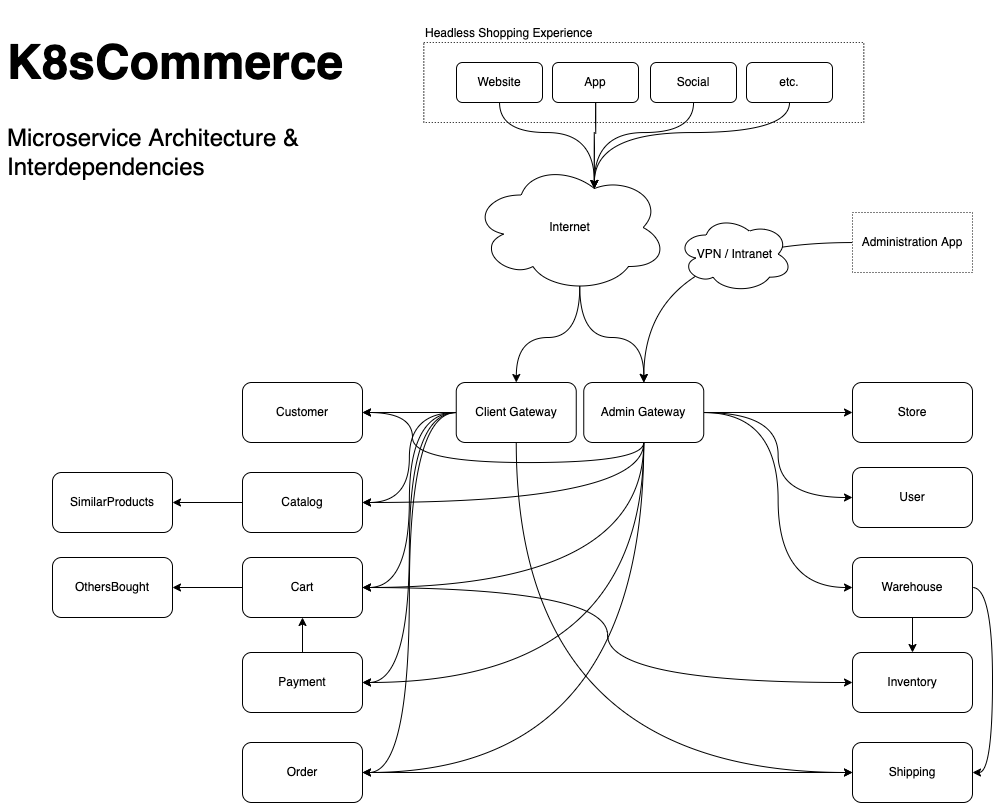
k8scommerce/k8scommerce keeps this draw.io diagram as docs/K8sCommerceOverview.png. Above is the earlier version. Source tidied: cells renumbered, new cells last; positions are measured from the earlier drawing's top-left corner, leaving out a move shared by most shapes. Source of this version:
```xml
<mxGraphModel>
  <root>
    <mxCell id="0" />
    <mxCell id="1" parent="0" />
    <mxCell id="2" value="&lt;span style=&quot;&quot;&gt;Headless Shopping Experience&lt;/span&gt;" style="whiteSpace=wrap;html=1;rounded=0;dashed=1;dashPattern=1 2;fontSize=12;fillColor=none;align=left;labelPosition=center;verticalLabelPosition=top;verticalAlign=bottom;textDirection=ltr;horizontal=1;" parent="1" vertex="1">
      <mxGeometry x="421.2" y="30" width="440" height="80" as="geometry" />
    </mxCell>
    <mxCell id="3" style="edgeStyle=orthogonalEdgeStyle;rounded=1;jettySize=auto;html=1;curved=1;" parent="1" edge="1" source="9" target="24">
      <mxGeometry relative="1" as="geometry" />
    </mxCell>
    <mxCell id="4" style="edgeStyle=orthogonalEdgeStyle;rounded=1;jettySize=auto;html=1;entryX=1;entryY=0.5;entryDx=0;entryDy=0;curved=1;" parent="1" edge="1" source="9" target="23">
      <mxGeometry relative="1" as="geometry" />
    </mxCell>
    <mxCell id="5" style="edgeStyle=orthogonalEdgeStyle;rounded=1;jettySize=auto;html=1;entryX=1;entryY=0.5;entryDx=0;entryDy=0;curved=1;" parent="1" edge="1" source="9" target="38">
      <mxGeometry relative="1" as="geometry" />
    </mxCell>
    <mxCell id="6" style="edgeStyle=orthogonalEdgeStyle;rounded=1;jettySize=auto;html=1;entryX=1;entryY=0.5;entryDx=0;entryDy=0;curved=1;" parent="1" edge="1" source="9" target="28">
      <mxGeometry relative="1" as="geometry" />
    </mxCell>
    <mxCell id="7" style="edgeStyle=orthogonalEdgeStyle;rounded=1;jettySize=auto;html=1;entryX=1;entryY=0.5;entryDx=0;entryDy=0;curved=1;" parent="1" edge="1" source="9" target="40">
      <mxGeometry relative="1" as="geometry" />
    </mxCell>
    <mxCell id="8" style="edgeStyle=orthogonalEdgeStyle;rounded=1;jettySize=auto;html=1;entryX=0;entryY=0.5;entryDx=0;entryDy=0;exitX=0.5;exitY=1;exitDx=0;exitDy=0;curved=1;" parent="1" edge="1" source="9" target="29">
      <mxGeometry relative="1" as="geometry" />
    </mxCell>
    <mxCell id="9" value="Client Gateway" style="rounded=1;whiteSpace=wrap;html=1;" parent="1" vertex="1">
      <mxGeometry x="453.8" y="370" width="120" height="60" as="geometry" />
    </mxCell>
    <mxCell id="10" style="edgeStyle=orthogonalEdgeStyle;jettySize=auto;html=1;rounded=1;curved=1;exitX=0.55;exitY=0.95;exitDx=0;exitDy=0;exitPerimeter=0;" parent="1" edge="1" source="12" target="9">
      <mxGeometry relative="1" as="geometry" />
    </mxCell>
    <mxCell id="11" style="edgeStyle=orthogonalEdgeStyle;jettySize=auto;html=1;rounded=1;curved=1;exitX=0.55;exitY=0.95;exitDx=0;exitDy=0;exitPerimeter=0;" parent="1" edge="1" source="12" target="21">
      <mxGeometry relative="1" as="geometry" />
    </mxCell>
    <mxCell id="12" value="Internet" style="ellipse;shape=cloud;whiteSpace=wrap;html=1;rounded=1;" parent="1" vertex="1">
      <mxGeometry x="470" y="150" width="195" height="130" as="geometry" />
    </mxCell>
    <mxCell id="13" style="edgeStyle=orthogonalEdgeStyle;rounded=1;jettySize=auto;html=1;curved=1;" parent="1" edge="1" source="21" target="31">
      <mxGeometry relative="1" as="geometry" />
    </mxCell>
    <mxCell id="14" style="edgeStyle=orthogonalEdgeStyle;rounded=1;jettySize=auto;html=1;entryX=0;entryY=0.5;entryDx=0;entryDy=0;curved=1;" parent="1" edge="1" source="21" target="32">
      <mxGeometry relative="1" as="geometry" />
    </mxCell>
    <mxCell id="15" style="edgeStyle=orthogonalEdgeStyle;rounded=1;jettySize=auto;html=1;entryX=0;entryY=0.5;entryDx=0;entryDy=0;curved=1;" parent="1" edge="1" source="21" target="35">
      <mxGeometry relative="1" as="geometry" />
    </mxCell>
    <mxCell id="16" style="edgeStyle=orthogonalEdgeStyle;curved=1;rounded=1;jettySize=auto;html=1;entryX=1;entryY=0.5;entryDx=0;entryDy=0;exitX=0.5;exitY=1;exitDx=0;exitDy=0;" parent="1" edge="1" source="21" target="40">
      <mxGeometry relative="1" as="geometry" />
    </mxCell>
    <mxCell id="17" style="edgeStyle=orthogonalEdgeStyle;curved=1;rounded=1;jettySize=auto;html=1;entryX=1;entryY=0.5;entryDx=0;entryDy=0;fontSize=12;exitX=0.5;exitY=1;exitDx=0;exitDy=0;" parent="1" edge="1" source="21" target="38">
      <mxGeometry relative="1" as="geometry" />
    </mxCell>
    <mxCell id="18" style="edgeStyle=orthogonalEdgeStyle;curved=1;rounded=1;jettySize=auto;html=1;entryX=1;entryY=0.5;entryDx=0;entryDy=0;fontSize=12;exitX=0.5;exitY=1;exitDx=0;exitDy=0;" parent="1" edge="1" source="21" target="23">
      <mxGeometry relative="1" as="geometry" />
    </mxCell>
    <mxCell id="19" style="edgeStyle=orthogonalEdgeStyle;curved=1;rounded=1;jettySize=auto;html=1;entryX=1;entryY=0.5;entryDx=0;entryDy=0;fontSize=12;exitX=0.5;exitY=1;exitDx=0;exitDy=0;" parent="1" edge="1" source="21" target="24">
      <mxGeometry relative="1" as="geometry">
        <Array as="points">
          <mxPoint x="641" y="450" />
          <mxPoint x="410" y="450" />
          <mxPoint x="410" y="400" />
        </Array>
      </mxGeometry>
    </mxCell>
    <mxCell id="20" style="edgeStyle=orthogonalEdgeStyle;curved=1;rounded=1;jettySize=auto;html=1;exitX=0.5;exitY=1;exitDx=0;exitDy=0;fontSize=12;entryX=1;entryY=0.5;entryDx=0;entryDy=0;" parent="1" edge="1" source="21" target="28">
      <mxGeometry relative="1" as="geometry" />
    </mxCell>
    <mxCell id="21" value="Admin Gateway" style="rounded=1;whiteSpace=wrap;html=1;" parent="1" vertex="1">
      <mxGeometry x="581.2" y="370" width="120" height="60" as="geometry" />
    </mxCell>
    <mxCell id="22" style="edgeStyle=orthogonalEdgeStyle;rounded=1;jettySize=auto;html=1;curved=1;" parent="1" edge="1" source="23" target="30">
      <mxGeometry relative="1" as="geometry" />
    </mxCell>
    <mxCell id="23" value="Catalog" style="rounded=1;whiteSpace=wrap;html=1;" parent="1" vertex="1">
      <mxGeometry x="240" y="460" width="120" height="60" as="geometry" />
    </mxCell>
    <mxCell id="24" value="Customer" style="rounded=1;whiteSpace=wrap;html=1;" parent="1" vertex="1">
      <mxGeometry x="240" y="370" width="120" height="60" as="geometry" />
    </mxCell>
    <mxCell id="25" value="Inventory" style="rounded=1;whiteSpace=wrap;html=1;" parent="1" vertex="1">
      <mxGeometry x="850" y="640" width="120" height="60" as="geometry" />
    </mxCell>
    <mxCell id="26" value="OthersBought" style="rounded=1;whiteSpace=wrap;html=1;" parent="1" vertex="1">
      <mxGeometry x="50" y="545" width="120" height="60" as="geometry" />
    </mxCell>
    <mxCell id="27" style="edgeStyle=orthogonalEdgeStyle;rounded=1;jettySize=auto;html=1;curved=1;" parent="1" edge="1" source="28" target="38">
      <mxGeometry relative="1" as="geometry" />
    </mxCell>
    <mxCell id="28" value="Payment" style="rounded=1;whiteSpace=wrap;html=1;" parent="1" vertex="1">
      <mxGeometry x="240" y="640" width="120" height="60" as="geometry" />
    </mxCell>
    <mxCell id="29" value="Shipping" style="rounded=1;whiteSpace=wrap;html=1;" parent="1" vertex="1">
      <mxGeometry x="850" y="730" width="120" height="60" as="geometry" />
    </mxCell>
    <mxCell id="30" value="SimilarProducts" style="rounded=1;whiteSpace=wrap;html=1;" parent="1" vertex="1">
      <mxGeometry x="50" y="460" width="120" height="60" as="geometry" />
    </mxCell>
    <mxCell id="31" value="Store" style="rounded=1;whiteSpace=wrap;html=1;" parent="1" vertex="1">
      <mxGeometry x="850" y="370" width="120" height="60" as="geometry" />
    </mxCell>
    <mxCell id="32" value="User" style="rounded=1;whiteSpace=wrap;html=1;" parent="1" vertex="1">
      <mxGeometry x="850" y="455" width="120" height="60" as="geometry" />
    </mxCell>
    <mxCell id="33" style="edgeStyle=orthogonalEdgeStyle;rounded=1;jettySize=auto;html=1;curved=1;" parent="1" edge="1" source="35" target="25">
      <mxGeometry relative="1" as="geometry" />
    </mxCell>
    <mxCell id="34" style="edgeStyle=orthogonalEdgeStyle;rounded=1;jettySize=auto;html=1;entryX=1;entryY=0.5;entryDx=0;entryDy=0;exitX=1;exitY=0.5;exitDx=0;exitDy=0;curved=1;" parent="1" edge="1" source="35" target="29">
      <mxGeometry relative="1" as="geometry" />
    </mxCell>
    <mxCell id="35" value="Warehouse" style="rounded=1;whiteSpace=wrap;html=1;" parent="1" vertex="1">
      <mxGeometry x="850" y="545" width="120" height="60" as="geometry" />
    </mxCell>
    <mxCell id="36" style="edgeStyle=orthogonalEdgeStyle;rounded=1;jettySize=auto;html=1;curved=1;" parent="1" edge="1" source="38" target="26">
      <mxGeometry relative="1" as="geometry" />
    </mxCell>
    <mxCell id="37" style="edgeStyle=orthogonalEdgeStyle;rounded=1;jettySize=auto;html=1;entryX=0;entryY=0.5;entryDx=0;entryDy=0;curved=1;" parent="1" edge="1" source="38" target="25">
      <mxGeometry relative="1" as="geometry" />
    </mxCell>
    <mxCell id="38" value="Cart" style="rounded=1;whiteSpace=wrap;html=1;" parent="1" vertex="1">
      <mxGeometry x="240" y="545" width="120" height="60" as="geometry" />
    </mxCell>
    <mxCell id="39" style="edgeStyle=orthogonalEdgeStyle;rounded=1;jettySize=auto;html=1;entryX=0;entryY=0.5;entryDx=0;entryDy=0;curved=1;" parent="1" edge="1" source="40" target="29">
      <mxGeometry relative="1" as="geometry" />
    </mxCell>
    <mxCell id="40" value="Order" style="rounded=1;whiteSpace=wrap;html=1;" parent="1" vertex="1">
      <mxGeometry x="240" y="730" width="120" height="60" as="geometry" />
    </mxCell>
    <mxCell id="41" value="&lt;h1&gt;K8sCommerce&lt;/h1&gt;&lt;p&gt;Microservice Architecture &amp;amp; Interdependencies&lt;/p&gt;" style="text;html=1;strokeColor=none;fillColor=none;spacing=5;spacingTop=-20;whiteSpace=wrap;overflow=hidden;rounded=0;fontSize=24;" parent="1" vertex="1">
      <mxGeometry width="350" height="180" as="geometry" />
    </mxCell>
    <mxCell id="42" style="edgeStyle=orthogonalEdgeStyle;curved=1;rounded=1;jettySize=auto;html=1;fontSize=12;entryX=0.625;entryY=0.2;entryDx=0;entryDy=0;entryPerimeter=0;" parent="1" edge="1" source="43" target="12">
      <mxGeometry relative="1" as="geometry" />
    </mxCell>
    <mxCell id="43" value="Website" style="rounded=1;whiteSpace=wrap;html=1;labelBackgroundColor=none;fontSize=12;" parent="1" vertex="1">
      <mxGeometry x="454" y="50" width="86" height="40" as="geometry" />
    </mxCell>
    <mxCell id="44" style="edgeStyle=orthogonalEdgeStyle;curved=1;rounded=1;jettySize=auto;html=1;entryX=0.625;entryY=0.2;entryDx=0;entryDy=0;entryPerimeter=0;fontSize=12;" parent="1" edge="1" source="45" target="12">
      <mxGeometry relative="1" as="geometry" />
    </mxCell>
    <mxCell id="45" value="App" style="rounded=1;whiteSpace=wrap;html=1;labelBackgroundColor=none;fontSize=12;" parent="1" vertex="1">
      <mxGeometry x="550" y="50" width="86" height="40" as="geometry" />
    </mxCell>
    <mxCell id="46" style="edgeStyle=orthogonalEdgeStyle;curved=1;rounded=1;jettySize=auto;html=1;entryX=0.625;entryY=0.2;entryDx=0;entryDy=0;entryPerimeter=0;fontSize=12;" parent="1" edge="1" source="47" target="12">
      <mxGeometry relative="1" as="geometry" />
    </mxCell>
    <mxCell id="47" value="Social" style="rounded=1;whiteSpace=wrap;html=1;labelBackgroundColor=none;fontSize=12;" parent="1" vertex="1">
      <mxGeometry x="648" y="50" width="86" height="40" as="geometry" />
    </mxCell>
    <mxCell id="48" style="edgeStyle=orthogonalEdgeStyle;curved=1;rounded=1;jettySize=auto;html=1;fontSize=12;exitX=0.5;exitY=1;exitDx=0;exitDy=0;entryX=0.625;entryY=0.2;entryDx=0;entryDy=0;entryPerimeter=0;" parent="1" edge="1" source="49" target="12">
      <mxGeometry relative="1" as="geometry" />
    </mxCell>
    <mxCell id="49" value="etc." style="rounded=1;whiteSpace=wrap;html=1;labelBackgroundColor=none;fontSize=12;" parent="1" vertex="1">
      <mxGeometry x="744" y="50" width="86" height="40" as="geometry" />
    </mxCell>
    <mxCell id="50" style="edgeStyle=orthogonalEdgeStyle;curved=1;rounded=1;jettySize=auto;html=1;fontSize=12;" parent="1" edge="1" source="51" target="21">
      <mxGeometry relative="1" as="geometry" />
    </mxCell>
    <mxCell id="51" value="Administration App" style="rounded=0;whiteSpace=wrap;html=1;dashed=1;dashPattern=1 2;labelBackgroundColor=none;fontSize=12;fillColor=none;" parent="1" vertex="1">
      <mxGeometry x="850" y="200" width="120" height="60" as="geometry" />
    </mxCell>
    <mxCell id="52" value="VPN / Intranet" style="ellipse;shape=cloud;whiteSpace=wrap;html=1;rounded=1;" parent="1" vertex="1">
      <mxGeometry x="675" y="203.3" width="115" height="76.7" as="geometry" />
    </mxCell>
  </root>
</mxGraphModel>
```
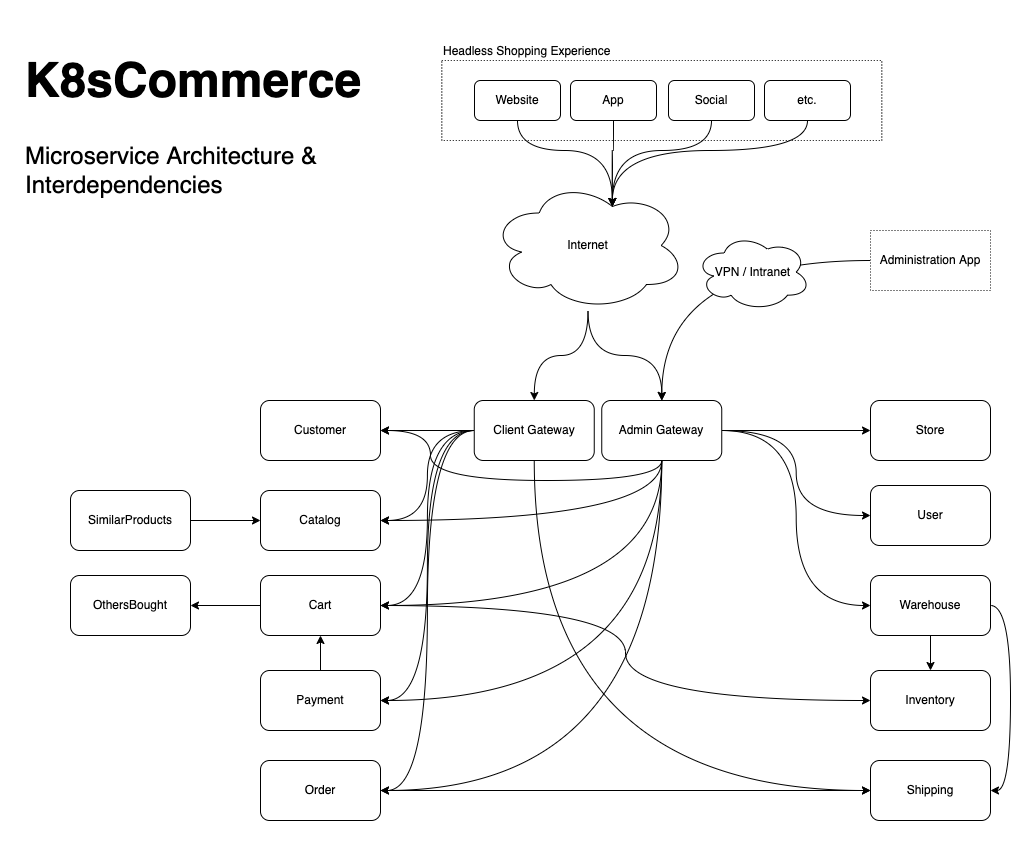
After the change.

What changed in the source:
```diff
@@ -26,10 +26,10 @@
     <mxCell id="9" value="Client Gateway" style="rounded=1;whiteSpace=wrap;html=1;" parent="1" vertex="1">
       <mxGeometry x="453.8" y="370" width="120" height="60" as="geometry" />
     </mxCell>
-    <mxCell id="10" style="edgeStyle=orthogonalEdgeStyle;jettySize=auto;html=1;rounded=1;curved=1;exitX=0.55;exitY=0.95;exitDx=0;exitDy=0;exitPerimeter=0;" parent="1" edge="1" source="12" target="9">
+    <mxCell id="10" style="edgeStyle=orthogonalEdgeStyle;jettySize=auto;html=1;rounded=1;curved=1;" parent="1" edge="1" source="12" target="9">
       <mxGeometry relative="1" as="geometry" />
     </mxCell>
-    <mxCell id="11" style="edgeStyle=orthogonalEdgeStyle;jettySize=auto;html=1;rounded=1;curved=1;exitX=0.55;exitY=0.95;exitDx=0;exitDy=0;exitPerimeter=0;" parent="1" edge="1" source="12" target="21">
+    <mxCell id="11" style="edgeStyle=orthogonalEdgeStyle;jettySize=auto;html=1;rounded=1;curved=1;" parent="1" edge="1" source="12" target="21">
       <mxGeometry relative="1" as="geometry" />
     </mxCell>
     <mxCell id="12" value="Internet" style="ellipse;shape=cloud;whiteSpace=wrap;html=1;rounded=1;" parent="1" vertex="1">
@@ -68,9 +68,6 @@
     <mxCell id="21" value="Admin Gateway" style="rounded=1;whiteSpace=wrap;html=1;" parent="1" vertex="1">
       <mxGeometry x="581.2" y="370" width="120" height="60" as="geometry" />
     </mxCell>
-    <mxCell id="22" style="edgeStyle=orthogonalEdgeStyle;rounded=1;jettySize=auto;html=1;curved=1;" parent="1" edge="1" source="23" target="30">
-      <mxGeometry relative="1" as="geometry" />
-    </mxCell>
     <mxCell id="23" value="Catalog" style="rounded=1;whiteSpace=wrap;html=1;" parent="1" vertex="1">
       <mxGeometry x="240" y="460" width="120" height="60" as="geometry" />
     </mxCell>
@@ -92,6 +89,9 @@
     <mxCell id="29" value="Shipping" style="rounded=1;whiteSpace=wrap;html=1;" parent="1" vertex="1">
       <mxGeometry x="850" y="730" width="120" height="60" as="geometry" />
     </mxCell>
+    <mxCell id="53" style="edgeStyle=orthogonalEdgeStyle;rounded=0;jettySize=auto;html=1;entryX=0;entryY=0.5;entryDx=0;entryDy=0;" parent="1" edge="1" source="30" target="23">
+      <mxGeometry relative="1" as="geometry" />
+    </mxCell>
     <mxCell id="30" value="SimilarProducts" style="rounded=1;whiteSpace=wrap;html=1;" parent="1" vertex="1">
       <mxGeometry x="50" y="460" width="120" height="60" as="geometry" />
     </mxCell>
```
